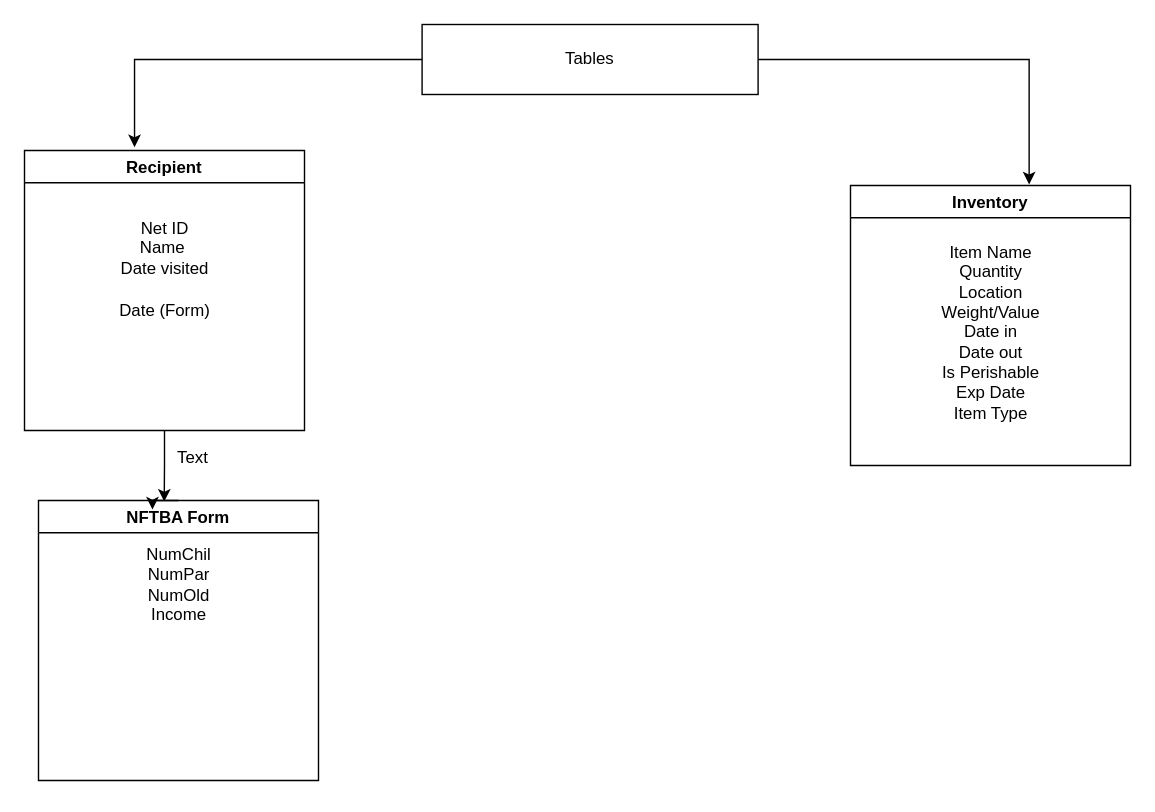
UTDallasEPICS/Comet-Cupboard keeps this draw.io diagram as Back-End Data.drawio. Above is the earlier version. Source tidied: cells renumbered, new cells numbered last; positions are measured from the earlier drawing's top-left corner, leaving out a move shared by most shapes. Both pictures are drawn from the tidied source at 140%, with x=0, y=0 at pixel (24, 24).
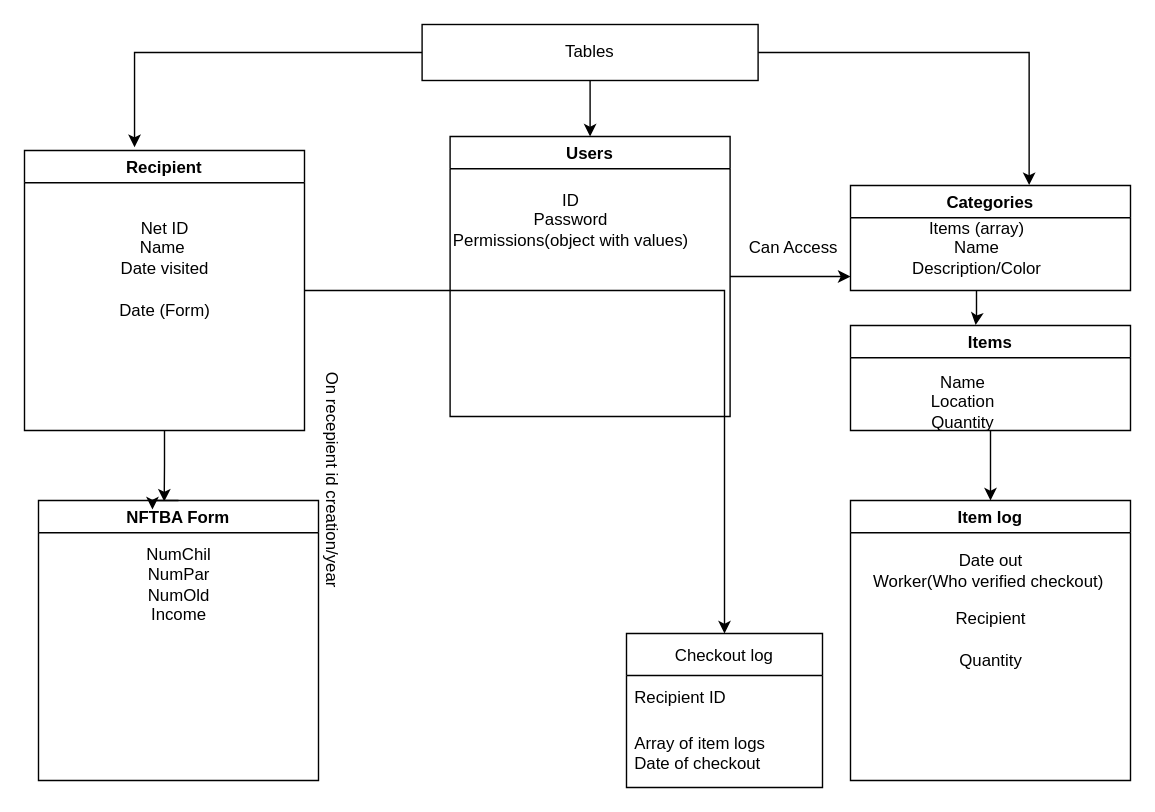
The same diagram, later.

The change refers to these unchanged cells:
```xml
<mxCell id="3" value="Recipient" style="swimlane;startSize=23;" parent="1" vertex="1">
  <mxGeometry y="90" width="200" height="200" as="geometry" />
</mxCell>
```

What changed in the source:
```diff
@@
+    <mxCell id="15" style="edgeStyle=orthogonalEdgeStyle;rounded=0;jettySize=auto;html=1;" parent="1" edge="1" source="3" target="31">
+      <mxGeometry relative="1" as="geometry" />
+    </mxCell>
@@
-    <mxCell id="6" value="Inventory" style="swimlane;" parent="1" vertex="1">
-      <mxGeometry x="590" y="115" width="200" height="200" as="geometry" />
+    <mxCell id="6" value="Categories" style="swimlane;" parent="1" vertex="1">
+      <mxGeometry x="590" y="115" width="200" height="75" as="geometry" />
     </mxCell>
-    <mxCell id="7" value="Item Name&lt;br&gt;Quantity&lt;br&gt;Location&lt;br&gt;Weight/Value&lt;br&gt;Date in&lt;br&gt;Date out&lt;br&gt;Is Perishable&lt;br&gt;Exp Date&lt;br&gt;Item Type" style="text;html=1;align=center;verticalAlign=middle;strokeColor=none;fillColor=none;" parent="6" vertex="1">
-      <mxGeometry x="55" y="35" width="90" height="140" as="geometry" />
-    </mxCell>
@@
+    <mxCell id="16" style="edgeStyle=orthogonalEdgeStyle;rounded=0;jettySize=auto;html=1;" parent="1" edge="1" source="10" target="19">
+      <mxGeometry relative="1" as="geometry" />
+    </mxCell>
     <mxCell id="10" value="Tables" style="rounded=0;whiteSpace=wrap;html=1;" parent="1" vertex="1">
-      <mxGeometry x="284" width="240" height="50" as="geometry" />
+      <mxGeometry x="284" width="240" height="40" as="geometry" />
     </mxCell>
@@
-    <mxCell id="14" value="Text" style="text;html=1;align=center;verticalAlign=middle;strokeColor=none;fillColor=none;" parent="1" vertex="1">
-      <mxGeometry x="100" y="300" width="40" height="20" as="geometry" />
-    </mxCell>
+    <mxCell id="17" value="On recepient id creation/year" style="text;html=1;align=center;verticalAlign=middle;strokeColor=none;fillColor=none;rotation=90;" parent="1" vertex="1">
+      <mxGeometry x="130" y="310" width="180" height="30" as="geometry" />
+    </mxCell>
+    <mxCell id="18" style="edgeStyle=orthogonalEdgeStyle;rounded=0;jettySize=auto;html=1;" parent="1" edge="1" source="19">
+      <mxGeometry relative="1" as="geometry">
+        <mxPoint x="590" y="180" as="targetPoint" />
+      </mxGeometry>
+    </mxCell>
+    <mxCell id="19" value="Users" style="swimlane;" parent="1" vertex="1">
+      <mxGeometry x="304" y="80" width="200" height="200" as="geometry" />
+    </mxCell>
+    <mxCell id="20" value="ID&lt;br&gt;Password&lt;br&gt;Permissions(object with values)" style="text;html=1;align=center;verticalAlign=middle;strokeColor=none;fillColor=none;" parent="1" vertex="1">
+      <mxGeometry x="295" y="110" width="190" height="60" as="geometry" />
+    </mxCell>
+    <mxCell id="21" style="edgeStyle=orthogonalEdgeStyle;rounded=0;jettySize=auto;html=1;entryX=0.447;entryY=-0.004;entryDx=0;entryDy=0;entryPerimeter=0;" parent="1" edge="1" source="22" target="24">
+      <mxGeometry relative="1" as="geometry" />
+    </mxCell>
+    <mxCell id="22" value="Items (array)&lt;br&gt;Name&lt;br&gt;Description/Color" style="text;html=1;align=center;verticalAlign=middle;points=[];strokeColor=none;fillColor=none;" parent="1" vertex="1">
+      <mxGeometry x="620" y="130" width="120" height="60" as="geometry" />
+    </mxCell>
+    <mxCell id="23" style="edgeStyle=orthogonalEdgeStyle;rounded=0;jettySize=auto;html=1;entryX=0.5;entryY=0;entryDx=0;entryDy=0;" parent="1" edge="1" source="24" target="26">
+      <mxGeometry relative="1" as="geometry" />
+    </mxCell>
+    <mxCell id="24" value="Items" style="swimlane;" parent="1" vertex="1">
+      <mxGeometry x="590" y="215" width="200" height="75" as="geometry" />
+    </mxCell>
+    <mxCell id="25" value="Name&lt;br&gt;Location&lt;br&gt;Quantity&lt;br&gt;" style="text;html=1;align=center;verticalAlign=middle;strokeColor=none;fillColor=none;" parent="1" vertex="1">
+      <mxGeometry x="635" y="240" width="70" height="60" as="geometry" />
+    </mxCell>
+    <mxCell id="26" value="Item log" style="swimlane;" parent="1" vertex="1">
+      <mxGeometry x="590" y="340" width="200" height="200" as="geometry" />
+    </mxCell>
+    <mxCell id="27" value="Quantity" style="text;html=1;align=center;verticalAlign=middle;strokeColor=none;fillColor=none;" parent="26" vertex="1">
+      <mxGeometry x="65" y="100" width="70" height="30" as="geometry" />
+    </mxCell>
+    <mxCell id="28" value="Recipient" style="text;html=1;align=center;verticalAlign=middle;strokeColor=none;fillColor=none;" parent="26" vertex="1">
+      <mxGeometry x="65" y="70" width="70" height="30" as="geometry" />
+    </mxCell>
+    <mxCell id="29" value="Date out&lt;br&gt;Worker(Who verified checkout)&amp;nbsp;" style="text;html=1;align=center;verticalAlign=middle;strokeColor=none;fillColor=none;" parent="26" vertex="1">
+      <mxGeometry x="5" y="30" width="190" height="40" as="geometry" />
+    </mxCell>
+    <mxCell id="30" value="Can Access" style="text;html=1;align=center;verticalAlign=middle;strokeColor=none;fillColor=none;" parent="1" vertex="1">
+      <mxGeometry x="504" y="145" width="90" height="30" as="geometry" />
+    </mxCell>
+    <mxCell id="31" value="Checkout log" style="swimlane;fontStyle=0;horizontal=1;startSize=30;" parent="1" vertex="1">
+      <mxGeometry x="430" y="435" width="140" height="110" as="geometry" />
+    </mxCell>
+    <mxCell id="32" value="Recipient ID" style="text;strokeColor=none;fillColor=none;align=left;verticalAlign=middle;spacingLeft=4;spacingRight=4;overflow=hidden;" parent="31" vertex="1">
+      <mxGeometry y="30" width="140" height="30" as="geometry" />
+    </mxCell>
+    <mxCell id="33" value="Array of item logs&#10;Date of checkout" style="text;strokeColor=none;fillColor=none;align=left;verticalAlign=middle;spacingLeft=4;spacingRight=4;overflow=hidden;" parent="31" vertex="1">
+      <mxGeometry y="60" width="140" height="50" as="geometry" />
+    </mxCell>
```
